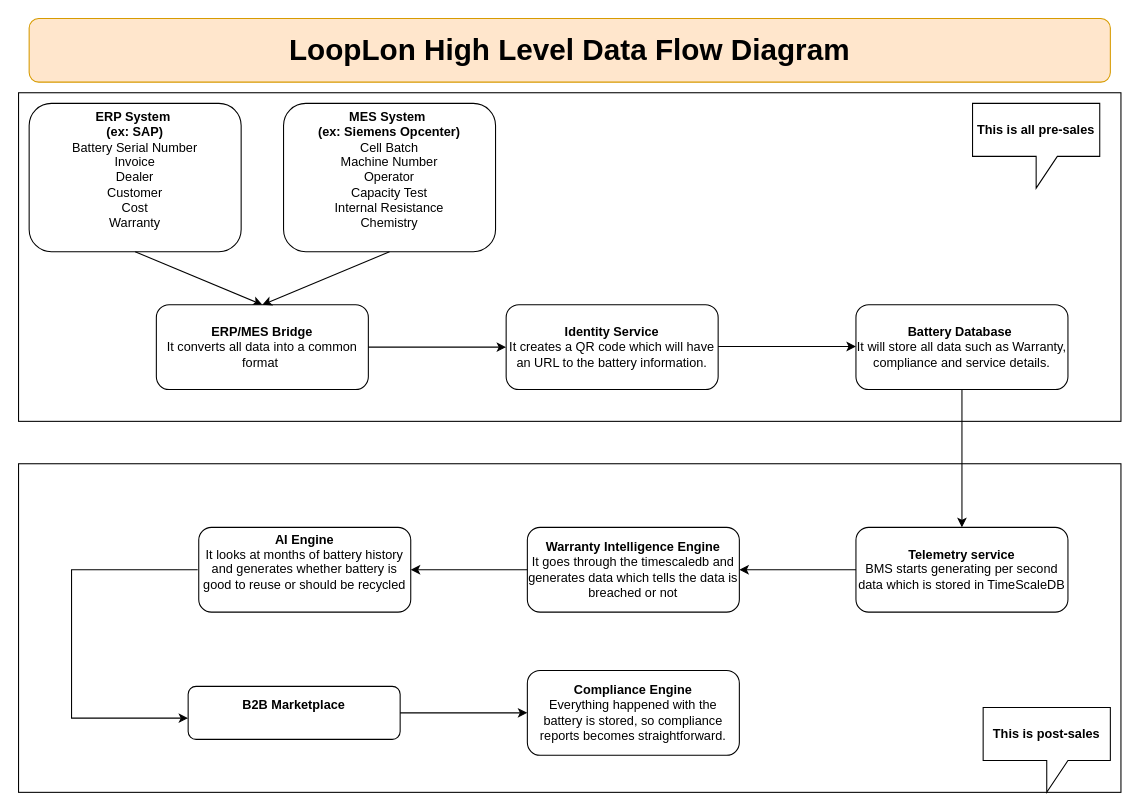
The draw.io diagram Documents/Data Flow Diagram.drawio in subroroy193-sys/LoopIon, before the edit. Source tidied: cells renumbered, new cells numbered last; positions are measured from the earlier drawing's top-left corner, leaving out a move shared by most shapes. Both pictures are drawn from the tidied source at 106%, with x=0, y=0 at pixel (18, 18).
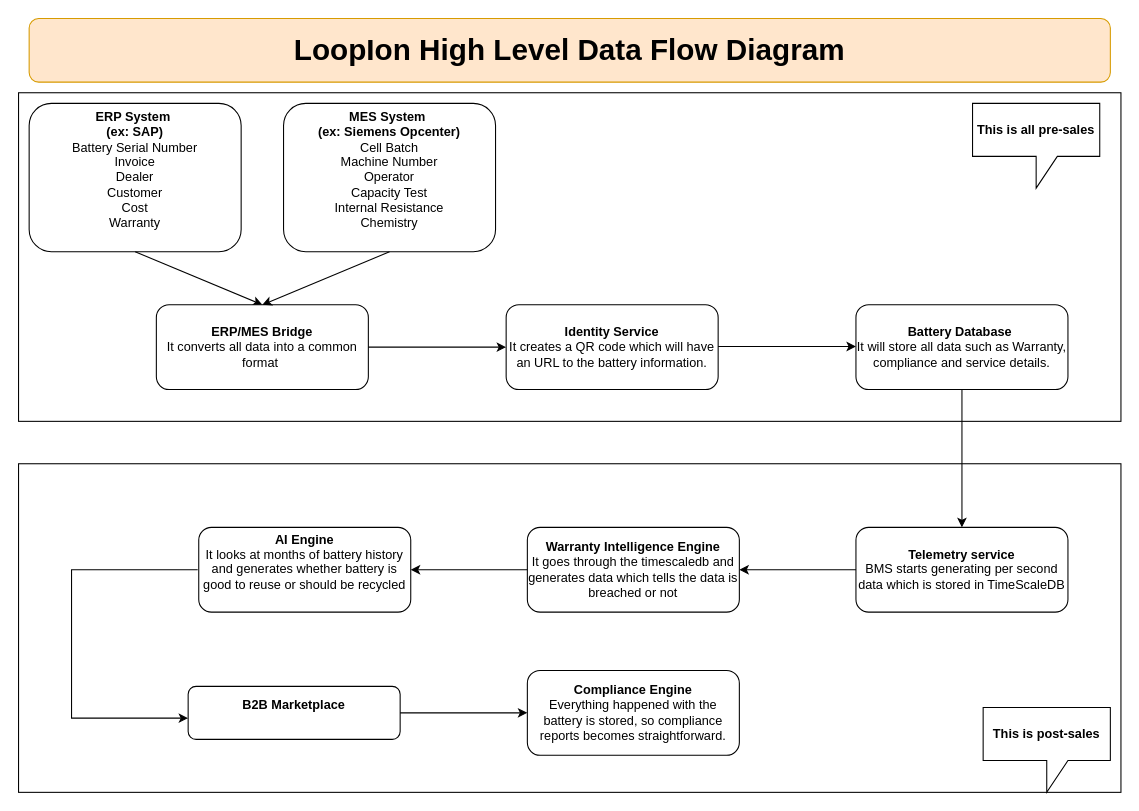
After the change.

Commit message (it also covers changes not shown here):
Change name from LoopLon to LoopIon

What changed in the source:
```diff
@@
-    <mxCell id="3" value="&lt;b&gt;&lt;font style=&quot;font-size: 28px;&quot;&gt;LoopLon High Level Data Flow Diagram&lt;/font&gt;&lt;/b&gt;" style="rounded=1;whiteSpace=wrap;html=1;fillColor=#ffe6cc;strokeColor=#d79b00;" parent="1" vertex="1">
+    <mxCell id="3" value="&lt;b&gt;&lt;font style=&quot;font-size: 28px;&quot;&gt;LoopIon High Level Data Flow Diagram&lt;/font&gt;&lt;/b&gt;" style="rounded=1;whiteSpace=wrap;html=1;fillColor=#ffe6cc;strokeColor=#d79b00;" parent="1" vertex="1">
       <mxGeometry x="10" width="1020" height="60" as="geometry" />
     </mxCell>
```
